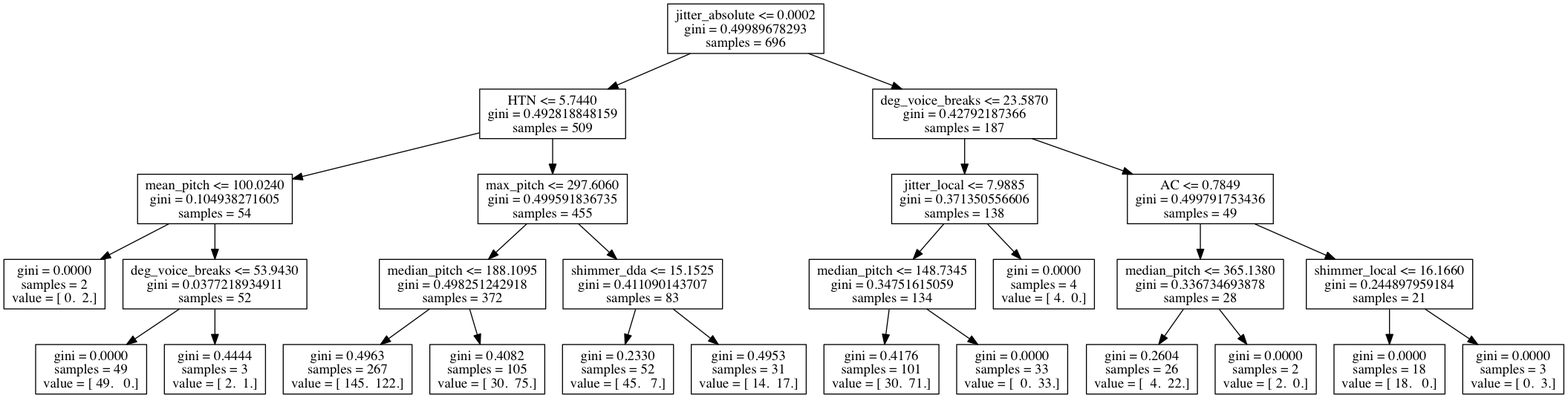
The Graphviz diagram supervisedLearning/pd_msr_data/tree.png in wds360/machineLearning, before a commit. Its source is kept beside it as supervisedLearning/pd_msr_data/tree.dot.
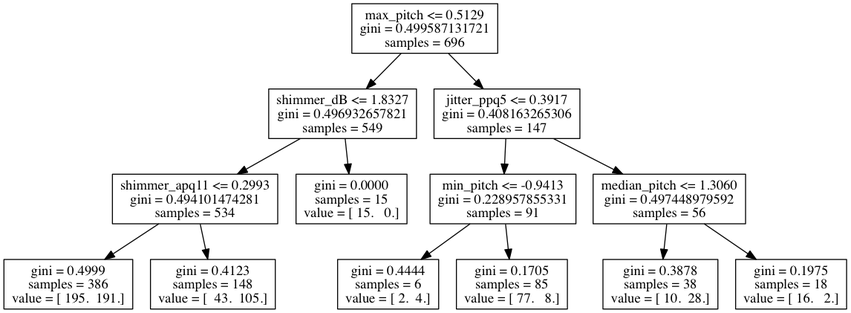
The same diagram one commit later.

The edit, as a diff of the source:
```diff
@@ -1,55 +1,27 @@
 digraph Tree {
-0 [label="jitter_absolute <= 0.0002\ngini = 0.49989678293\nsamples = 696", shape="box"] ;
-1 [label="HTN <= 5.7440\ngini = 0.492818848159\nsamples = 509", shape="box"] ;
+0 [label="max_pitch <= 0.5129\ngini = 0.499587131721\nsamples = 696", shape="box"] ;
+1 [label="shimmer_dB <= 1.8327\ngini = 0.496932657821\nsamples = 549", shape="box"] ;
 0 -> 1 ;
-2 [label="mean_pitch <= 100.0240\ngini = 0.104938271605\nsamples = 54", shape="box"] ;
+2 [label="shimmer_apq11 <= 0.2993\ngini = 0.494101474281\nsamples = 534", shape="box"] ;
 1 -> 2 ;
-3 [label="gini = 0.0000\nsamples = 2\nvalue = [ 0.  2.]", shape="box"] ;
+3 [label="gini = 0.4999\nsamples = 386\nvalue = [ 195.  191.]", shape="box"] ;
 2 -> 3 ;
-4 [label="deg_voice_breaks <= 53.9430\ngini = 0.0377218934911\nsamples = 52", shape="box"] ;
+4 [label="gini = 0.4123\nsamples = 148\nvalue = [  43.  105.]", shape="box"] ;
 2 -> 4 ;
-5 [label="gini = 0.0000\nsamples = 49\nvalue = [ 49.   0.]", shape="box"] ;
-4 -> 5 ;
-6 [label="gini = 0.4444\nsamples = 3\nvalue = [ 2.  1.]", shape="box"] ;
-4 -> 6 ;
-7 [label="max_pitch <= 297.6060\ngini = 0.499591836735\nsamples = 455", shape="box"] ;
-1 -> 7 ;
-8 [label="median_pitch <= 188.1095\ngini = 0.498251242918\nsamples = 372", shape="box"] ;
+5 [label="gini = 0.0000\nsamples = 15\nvalue = [ 15.   0.]", shape="box"] ;
+1 -> 5 ;
+6 [label="jitter_ppq5 <= 0.3917\ngini = 0.408163265306\nsamples = 147", shape="box"] ;
+0 -> 6 ;
+7 [label="min_pitch <= -0.9413\ngini = 0.228957855331\nsamples = 91", shape="box"] ;
+6 -> 7 ;
+8 [label="gini = 0.4444\nsamples = 6\nvalue = [ 2.  4.]", shape="box"] ;
 7 -> 8 ;
-9 [label="gini = 0.4963\nsamples = 267\nvalue = [ 145.  122.]", shape="box"] ;
-8 -> 9 ;
-10 [label="gini = 0.4082\nsamples = 105\nvalue = [ 30.  75.]", shape="box"] ;
-8 -> 10 ;
-11 [label="shimmer_dda <= 15.1525\ngini = 0.411090143707\nsamples = 83", shape="box"] ;
-7 -> 11 ;
-12 [label="gini = 0.2330\nsamples = 52\nvalue = [ 45.   7.]", shape="box"] ;
-11 -> 12 ;
-13 [label="gini = 0.4953\nsamples = 31\nvalue = [ 14.  17.]", shape="box"] ;
-11 -> 13 ;
-14 [label="deg_voice_breaks <= 23.5870\ngini = 0.42792187366\nsamples = 187", shape="box"] ;
-0 -> 14 ;
-15 [label="jitter_local <= 7.9885\ngini = 0.371350556606\nsamples = 138", shape="box"] ;
-14 -> 15 ;
-16 [label="median_pitch <= 148.7345\ngini = 0.34751615059\nsamples = 134", shape="box"] ;
-15 -> 16 ;
-17 [label="gini = 0.4176\nsamples = 101\nvalue = [ 30.  71.]", shape="box"] ;
-16 -> 17 ;
-18 [label="gini = 0.0000\nsamples = 33\nvalue = [  0.  33.]", shape="box"] ;
-16 -> 18 ;
-19 [label="gini = 0.0000\nsamples = 4\nvalue = [ 4.  0.]", shape="box"] ;
-15 -> 19 ;
-20 [label="AC <= 0.7849\ngini = 0.499791753436\nsamples = 49", shape="box"] ;
-14 -> 20 ;
-21 [label="median_pitch <= 365.1380\ngini = 0.336734693878\nsamples = 28", shape="box"] ;
-20 -> 21 ;
-22 [label="gini = 0.2604\nsamples = 26\nvalue = [  4.  22.]", shape="box"] ;
-21 -> 22 ;
-23 [label="gini = 0.0000\nsamples = 2\nvalue = [ 2.  0.]", shape="box"] ;
-21 -> 23 ;
-24 [label="shimmer_local <= 16.1660\ngini = 0.244897959184\nsamples = 21", shape="box"] ;
-20 -> 24 ;
-25 [label="gini = 0.0000\nsamples = 18\nvalue = [ 18.   0.]", shape="box"] ;
-24 -> 25 ;
-26 [label="gini = 0.0000\nsamples = 3\nvalue = [ 0.  3.]", shape="box"] ;
-24 -> 26 ;
+9 [label="gini = 0.1705\nsamples = 85\nvalue = [ 77.   8.]", shape="box"] ;
+7 -> 9 ;
+10 [label="median_pitch <= 1.3060\ngini = 0.497448979592\nsamples = 56", shape="box"] ;
+6 -> 10 ;
+11 [label="gini = 0.3878\nsamples = 38\nvalue = [ 10.  28.]", shape="box"] ;
+10 -> 11 ;
+12 [label="gini = 0.1975\nsamples = 18\nvalue = [ 16.   2.]", shape="box"] ;
+10 -> 12 ;
 }
```
